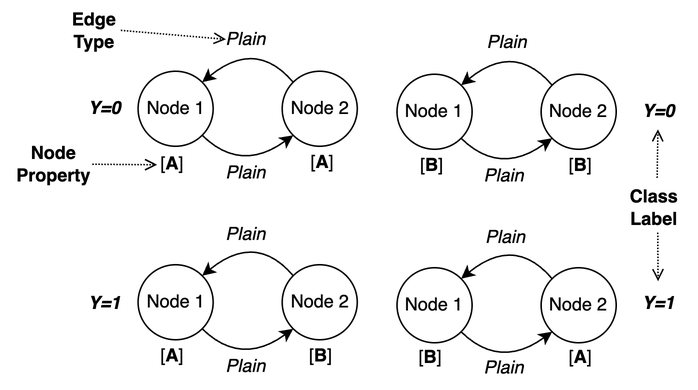
The draw.io diagram figures/NoisyXOR.png in cair/GraphTsetlinMachine, before a commit. Source tidied: cells renumbered, new cells last; positions are measured from the earlier drawing's top-left corner, leaving out a move shared by most shapes.
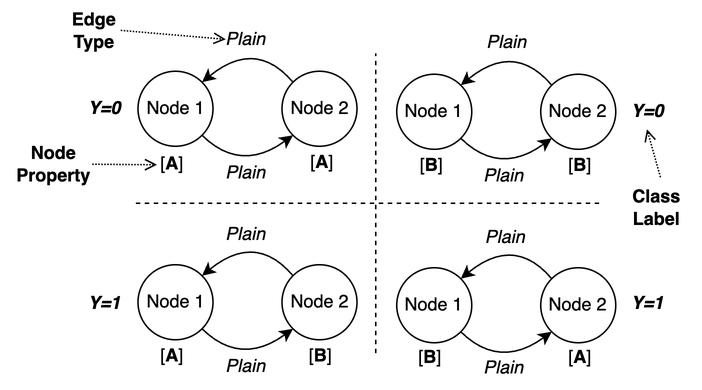
The same diagram one commit later.

What changed in the source:
```diff
@@ -43,7 +43,7 @@
       </mxGeometry>
     </mxCell>
     <mxCell id="10" value="&lt;i&gt;Y=0&lt;/i&gt;" style="text;html=1;align=center;verticalAlign=middle;points=[];strokeColor=none;fillColor=none;fontStyle=1;" parent="1" vertex="1">
-      <mxGeometry x="413" y="59" width="50" height="30" as="geometry" />
+      <mxGeometry x="406" y="59" width="50" height="30" as="geometry" />
     </mxCell>
     <mxCell id="11" value="Node 1" style="ellipse;whiteSpace=wrap;html=1;" parent="1" vertex="1">
       <mxGeometry x="91.5" y="176" width="50" height="50" as="geometry" />
@@ -86,7 +86,7 @@
       </mxGeometry>
     </mxCell>
     <mxCell id="19" value="&lt;i&gt;Y=1&lt;/i&gt;" style="text;html=1;align=center;verticalAlign=middle;points=[];strokeColor=none;fillColor=none;fontStyle=1;" parent="1" vertex="1">
-      <mxGeometry x="413" y="187" width="50" height="30" as="geometry" />
+      <mxGeometry x="406" y="187" width="50" height="30" as="geometry" />
     </mxCell>
     <mxCell id="20" value="[&lt;b&gt;A&lt;/b&gt;]" style="text;html=1;align=center;verticalAlign=middle;strokeColor=none;fillColor=none;" parent="1" vertex="1">
       <mxGeometry x="93.5" y="94" width="40" height="30" as="geometry" />
@@ -154,23 +154,28 @@
       <mxGeometry x="311" y="142.5" width="50" height="30" as="geometry" />
     </mxCell>
     <mxCell id="40" value="&lt;div&gt;&lt;b&gt;Class&lt;/b&gt;&lt;/div&gt;&lt;div&gt;&lt;b&gt;Label&lt;/b&gt;&lt;/div&gt;" style="text;html=1;align=center;verticalAlign=middle;points=[];strokeColor=none;fillColor=none;" parent="1" vertex="1">
-      <mxGeometry x="405" y="118" width="60" height="40" as="geometry" />
+      <mxGeometry x="407" y="118" width="60" height="40" as="geometry" />
     </mxCell>
-    <mxCell id="41" style="endArrow=open;html=1;rounded=0;exitX=0.488;exitY=0.064;exitDx=0;exitDy=0;exitPerimeter=0;dashed=1;dashPattern=1 1;endFill=0;entryX=0.496;entryY=0.889;entryDx=0;entryDy=0;entryPerimeter=0;" parent="1" edge="1" target="10">
-      <mxGeometry relative="1" as="geometry">
-        <mxPoint x="437.3" y="118.1" as="sourcePoint" />
-      </mxGeometry>
+    <mxCell id="41" style="endArrow=open;html=1;rounded=0;exitX=0.547;exitY=-0.009;exitDx=0;exitDy=0;exitPerimeter=0;dashed=1;dashPattern=1 1;endFill=0;entryX=0.496;entryY=0.889;entryDx=0;entryDy=0;entryPerimeter=0;" parent="1" edge="1" source="40" target="10">
+      <mxGeometry relative="1" as="geometry" />
     </mxCell>
-    <mxCell id="42" style="endArrow=open;html=1;rounded=0;exitX=0.495;exitY=0.977;exitDx=0;exitDy=0;exitPerimeter=0;dashed=1;dashPattern=1 1;endFill=0;" parent="1" edge="1" target="19">
-      <mxGeometry relative="1" as="geometry">
-        <mxPoint x="437.7" y="154.6" as="sourcePoint" />
-      </mxGeometry>
-    </mxCell>
     <mxCell id="43" value="&lt;i&gt;Y=0&lt;/i&gt;" style="text;html=1;align=center;verticalAlign=middle;strokeColor=none;fillColor=none;fontStyle=1;" parent="1" vertex="1">
       <mxGeometry x="43.5" y="56.5" width="50" height="30" as="geometry" />
     </mxCell>
     <mxCell id="44" value="&lt;i&gt;Y=1&lt;/i&gt;" style="text;html=1;align=center;verticalAlign=middle;strokeColor=none;fillColor=none;fontStyle=1;" parent="1" vertex="1">
       <mxGeometry x="43.5" y="186.5" width="50" height="30" as="geometry" />
     </mxCell>
+    <mxCell id="45" style="endArrow=none;dashed=1;html=1;rounded=0;" parent="1" edge="1">
+      <mxGeometry relative="1" as="geometry">
+        <mxPoint x="90" y="135" as="sourcePoint" />
+        <mxPoint x="400" y="135" as="targetPoint" />
+      </mxGeometry>
+    </mxCell>
+    <mxCell id="46" style="endArrow=none;dashed=1;html=1;rounded=0;" parent="1" edge="1">
+      <mxGeometry relative="1" as="geometry">
+        <mxPoint x="250" y="235" as="sourcePoint" />
+        <mxPoint x="250" y="35" as="targetPoint" />
+      </mxGeometry>
+    </mxCell>
   </root>
 </mxGraphModel>
```
